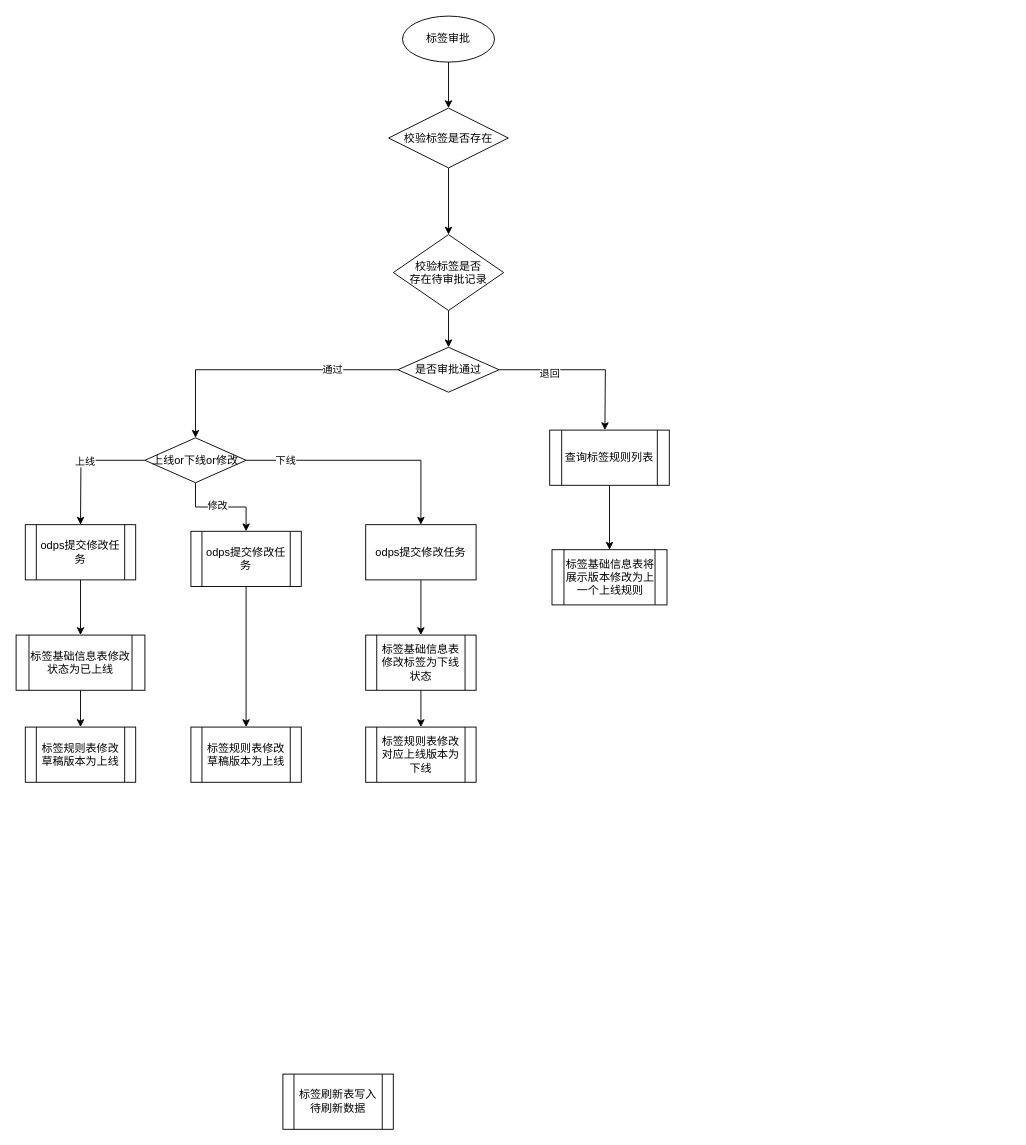
1418956397/JavaWeb-Project-Source-Share keeps this draw.io diagram as 标签审批流程图.drawio. Above is the earlier version. Source tidied: cells renumbered, new cells numbered last; positions are measured from the earlier drawing's top-left corner, leaving out a move shared by most shapes. Both pictures are drawn from the tidied source at 92%, with x=0, y=0 at pixel (16, 16).
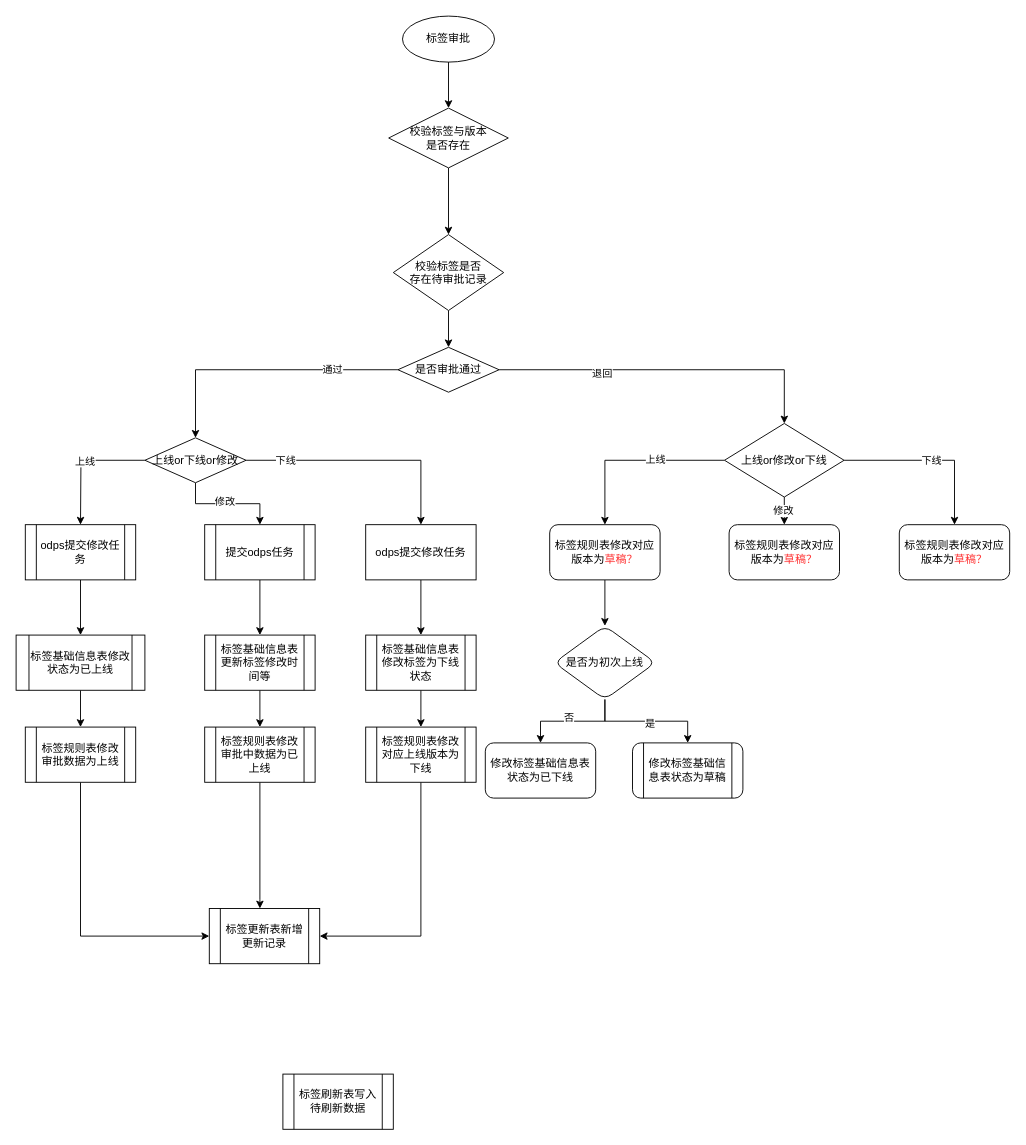
Above is the later version.

Commit message:
更新标签审批流程图.drawio

The change refers to these unchanged cells:
```xml
<mxCell id="12" value="是否审批通过" style="rhombus;whiteSpace=wrap;html=1;" parent="1" vertex="1">
  <mxGeometry x="415" y="360" width="110" height="48.8" as="geometry" />
</mxCell>
<mxCell id="19" value="上线or下线or修改" style="rhombus;whiteSpace=wrap;html=1;" parent="1" vertex="1">
  <mxGeometry x="140" y="458.4" width="110" height="48.8" as="geometry" />
</mxCell>
<mxCell id="33" value="标签规则表修改对应上线版本为下线" style="shape=process;whiteSpace=wrap;html=1;backgroundOutline=1;" parent="1" vertex="1">
  <mxGeometry x="380" y="772.8" width="120" height="60" as="geometry" />
</mxCell>
```

Change to the diagram source:
```diff
@@
-    <mxCell id="5" value="校验标签是否存在" style="rhombus;whiteSpace=wrap;html=1;" parent="1" vertex="1">
+    <mxCell id="5" value="校验标签与版本&lt;div&gt;是否存在&lt;/div&gt;" style="rhombus;whiteSpace=wrap;html=1;" parent="1" vertex="1">
       <mxGeometry x="405" y="100" width="130" height="65" as="geometry" />
     </mxCell>
@@
-    <mxCell id="8" style="edgeStyle=orthogonalEdgeStyle;rounded=0;jettySize=auto;html=1;" parent="1" edge="1" source="12">
-      <mxGeometry relative="1" as="geometry">
-        <mxPoint x="640" y="450" as="targetPoint" />
-      </mxGeometry>
+    <mxCell id="8" style="edgeStyle=orthogonalEdgeStyle;rounded=0;jettySize=auto;html=1;" parent="1" edge="1" source="12" target="53">
+      <mxGeometry relative="1" as="geometry" />
     </mxCell>
@@
-    <mxCell id="17" style="edgeStyle=orthogonalEdgeStyle;rounded=0;jettySize=auto;html=1;" parent="1" edge="1" source="19" target="35">
-      <mxGeometry relative="1" as="geometry" />
-    </mxCell>
-    <mxCell id="18" value="修改" style="edgeLabel;html=1;align=center;verticalAlign=middle;" parent="17" vertex="1">
-      <mxGeometry x="-0.08" y="2" relative="1" as="geometry" />
-    </mxCell>
+    <mxCell id="37" style="edgeStyle=orthogonalEdgeStyle;rounded=0;jettySize=auto;html=1;entryX=0.5;entryY=0;entryDx=0;entryDy=0;" parent="1" edge="1" source="19" target="43">
+      <mxGeometry relative="1" as="geometry" />
+    </mxCell>
+    <mxCell id="38" value="修改" style="edgeLabel;html=1;align=center;verticalAlign=middle;" parent="37" vertex="1">
+      <mxGeometry x="-0.07" y="3" relative="1" as="geometry" />
+    </mxCell>
@@
-    <mxCell id="29" style="edgeStyle=orthogonalEdgeStyle;rounded=0;jettySize=auto;html=1;" parent="1" edge="1" source="30" target="31">
-      <mxGeometry relative="1" as="geometry" />
-    </mxCell>
-    <mxCell id="30" value="查询标签规则列表" style="shape=process;whiteSpace=wrap;html=1;backgroundOutline=1;" parent="1" vertex="1">
-      <mxGeometry x="580" y="450" width="130" height="60" as="geometry" />
-    </mxCell>
-    <mxCell id="31" value="标签基础信息表将展示版本修改为上一个上线规则" style="shape=process;whiteSpace=wrap;html=1;backgroundOutline=1;" parent="1" vertex="1">
-      <mxGeometry x="582.5" y="580" width="125" height="60" as="geometry" />
-    </mxCell>
+    <mxCell id="39" style="edgeStyle=orthogonalEdgeStyle;rounded=0;jettySize=auto;html=1;entryX=0;entryY=0.5;entryDx=0;entryDy=0;" parent="1" edge="1" source="32" target="41">
+      <mxGeometry relative="1" as="geometry">
+        <Array as="points">
+          <mxPoint x="70" y="1000" />
+        </Array>
+      </mxGeometry>
+    </mxCell>
-    <mxCell id="32" value="标签规则表修改草稿版本为上线" style="shape=process;whiteSpace=wrap;html=1;backgroundOutline=1;" parent="1" vertex="1">
+    <mxCell id="32" value="标签规则表修改审批数据为上线" style="shape=process;whiteSpace=wrap;html=1;backgroundOutline=1;" parent="1" vertex="1">
       <mxGeometry x="10" y="772.8" width="120" height="60" as="geometry" />
     </mxCell>
+    <mxCell id="40" style="edgeStyle=orthogonalEdgeStyle;rounded=0;jettySize=auto;html=1;" parent="1" edge="1" source="33" target="41">
+      <mxGeometry relative="1" as="geometry">
+        <Array as="points">
+          <mxPoint x="440" y="1000" />
+        </Array>
+      </mxGeometry>
+    </mxCell>
@@
-    <mxCell id="34" style="edgeStyle=orthogonalEdgeStyle;rounded=0;jettySize=auto;html=1;" parent="1" edge="1" source="35" target="36">
-      <mxGeometry relative="1" as="geometry" />
-    </mxCell>
-    <mxCell id="35" value="odps提交修改任务" style="shape=process;whiteSpace=wrap;html=1;backgroundOutline=1;" parent="1" vertex="1">
-      <mxGeometry x="190" y="560" width="120" height="60" as="geometry" />
-    </mxCell>
-    <mxCell id="36" value="标签规则表修改草稿版本为上线" style="shape=process;whiteSpace=wrap;html=1;backgroundOutline=1;" parent="1" vertex="1">
-      <mxGeometry x="190" y="772.8" width="120" height="60" as="geometry" />
-    </mxCell>
+    <mxCell id="41" value="标签更新表新增更新记录" style="shape=process;whiteSpace=wrap;html=1;backgroundOutline=1;" parent="1" vertex="1">
+      <mxGeometry x="210" y="970" width="120" height="60" as="geometry" />
+    </mxCell>
+    <mxCell id="42" style="edgeStyle=orthogonalEdgeStyle;rounded=0;jettySize=auto;html=1;" parent="1" edge="1" source="43" target="45">
+      <mxGeometry relative="1" as="geometry" />
+    </mxCell>
+    <mxCell id="43" value="提交odps任务" style="shape=process;whiteSpace=wrap;html=1;backgroundOutline=1;" parent="1" vertex="1">
+      <mxGeometry x="205" y="552.8" width="120" height="60" as="geometry" />
+    </mxCell>
+    <mxCell id="44" style="edgeStyle=orthogonalEdgeStyle;rounded=0;jettySize=auto;html=1;" parent="1" edge="1" source="45" target="47">
+      <mxGeometry relative="1" as="geometry" />
+    </mxCell>
+    <mxCell id="45" value="标签基础信息表更新标签修改时间等" style="shape=process;whiteSpace=wrap;html=1;backgroundOutline=1;" parent="1" vertex="1">
+      <mxGeometry x="205" y="672.8" width="120" height="60" as="geometry" />
+    </mxCell>
+    <mxCell id="46" style="edgeStyle=orthogonalEdgeStyle;rounded=0;jettySize=auto;html=1;" parent="1" edge="1" source="47" target="41">
+      <mxGeometry relative="1" as="geometry">
+        <Array as="points">
+          <mxPoint x="265" y="960" />
+          <mxPoint x="265" y="960" />
+        </Array>
+      </mxGeometry>
+    </mxCell>
+    <mxCell id="47" value="标签规则表修改审批中数据为已上线" style="shape=process;whiteSpace=wrap;html=1;backgroundOutline=1;" parent="1" vertex="1">
+      <mxGeometry x="205" y="772.8" width="120" height="60" as="geometry" />
+    </mxCell>
+    <mxCell id="48" style="edgeStyle=orthogonalEdgeStyle;rounded=0;jettySize=auto;html=1;" parent="1" edge="1" source="53" target="55">
+      <mxGeometry relative="1" as="geometry" />
+    </mxCell>
+    <mxCell id="49" value="上线" style="edgeLabel;html=1;align=center;verticalAlign=middle;" parent="48" vertex="1">
+      <mxGeometry x="-0.24" y="-1" relative="1" as="geometry" />
+    </mxCell>
+    <mxCell id="50" style="edgeStyle=orthogonalEdgeStyle;rounded=0;jettySize=auto;html=1;" parent="1" edge="1" source="53" target="56">
+      <mxGeometry relative="1" as="geometry" />
+    </mxCell>
+    <mxCell id="51" value="修改" style="edgeLabel;html=1;align=center;verticalAlign=middle;" parent="50" vertex="1">
+      <mxGeometry y="2" relative="1" as="geometry" />
+    </mxCell>
+    <mxCell id="52" value="下线" style="edgeStyle=orthogonalEdgeStyle;rounded=0;jettySize=auto;html=1;" parent="1" edge="1" source="53" target="63">
+      <mxGeometry relative="1" as="geometry" />
+    </mxCell>
+    <mxCell id="53" value="上线or修改or下线" style="rhombus;whiteSpace=wrap;html=1;" parent="1" vertex="1">
+      <mxGeometry x="770" y="442.8" width="130" height="80" as="geometry" />
+    </mxCell>
+    <mxCell id="54" style="edgeStyle=orthogonalEdgeStyle;rounded=0;jettySize=auto;html=1;" parent="1" edge="1" source="55" target="61">
+      <mxGeometry relative="1" as="geometry" />
+    </mxCell>
+    <mxCell id="55" value="标签规则表修改对应版本为&lt;font color=&quot;#ff3333&quot;&gt;草稿？&lt;/font&gt;" style="rounded=1;whiteSpace=wrap;html=1;" parent="1" vertex="1">
+      <mxGeometry x="580" y="552.8" width="120" height="60" as="geometry" />
+    </mxCell>
+    <mxCell id="56" value="标签规则表修改对应版本为&lt;font color=&quot;#ff3333&quot;&gt;草稿？&lt;/font&gt;" style="rounded=1;whiteSpace=wrap;html=1;" parent="1" vertex="1">
+      <mxGeometry x="775" y="552.8" width="120" height="60" as="geometry" />
+    </mxCell>
+    <mxCell id="57" style="edgeStyle=orthogonalEdgeStyle;rounded=0;jettySize=auto;html=1;" parent="1" edge="1" source="61" target="62">
+      <mxGeometry relative="1" as="geometry" />
+    </mxCell>
+    <mxCell id="58" value="是" style="edgeLabel;html=1;align=center;verticalAlign=middle;" parent="57" vertex="1">
+      <mxGeometry x="0.05" y="-2" relative="1" as="geometry" />
+    </mxCell>
+    <mxCell id="59" style="edgeStyle=orthogonalEdgeStyle;rounded=0;jettySize=auto;html=1;" parent="1" edge="1" source="61" target="64">
+      <mxGeometry relative="1" as="geometry" />
+    </mxCell>
+    <mxCell id="60" value="否" style="edgeLabel;html=1;align=center;verticalAlign=middle;" parent="59" vertex="1">
+      <mxGeometry x="0.07" y="-4" relative="1" as="geometry" />
+    </mxCell>
+    <mxCell id="61" value="是否为初次上线" style="rhombus;whiteSpace=wrap;html=1;rounded=1;" parent="1" vertex="1">
+      <mxGeometry x="585" y="662.8" width="110" height="80" as="geometry" />
+    </mxCell>
+    <mxCell id="62" value="修改标签基础信息表状态为草稿" style="shape=process;whiteSpace=wrap;html=1;backgroundOutline=1;rounded=1;" parent="1" vertex="1">
+      <mxGeometry x="670" y="790" width="120" height="60" as="geometry" />
+    </mxCell>
+    <mxCell id="63" value="标签规则表修改对应版本为&lt;font color=&quot;#ff3333&quot;&gt;草稿？&lt;/font&gt;" style="rounded=1;whiteSpace=wrap;html=1;" parent="1" vertex="1">
+      <mxGeometry x="960" y="552.8" width="120" height="60" as="geometry" />
+    </mxCell>
+    <mxCell id="64" value="修改标签基础信息表状态为已下线" style="rounded=1;whiteSpace=wrap;html=1;" parent="1" vertex="1">
+      <mxGeometry x="510" y="790" width="120" height="60" as="geometry" />
+    </mxCell>
```
